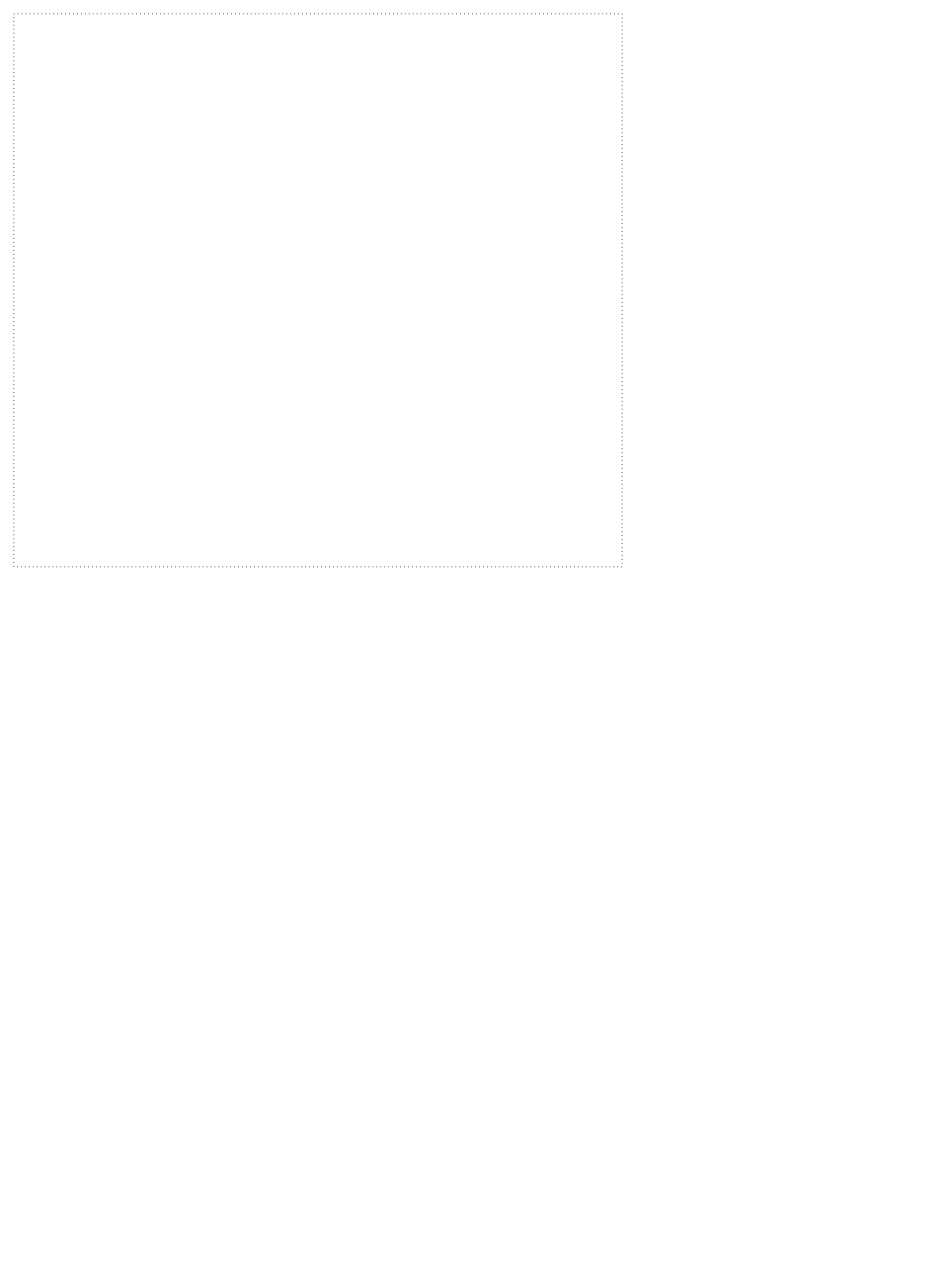
The draw.io diagram page "Detail" (4 of 7) of analyza.drawio in hroudaadam/Web-design-semestralni-projekt, before the edit. Source tidied: cells renumbered, new cells numbered last; positions are measured from the earlier drawing's top-left corner, leaving out a move shared by most shapes. Both pictures are drawn from the tidied source at 79%, with x=0, y=0 at pixel (13, 13).
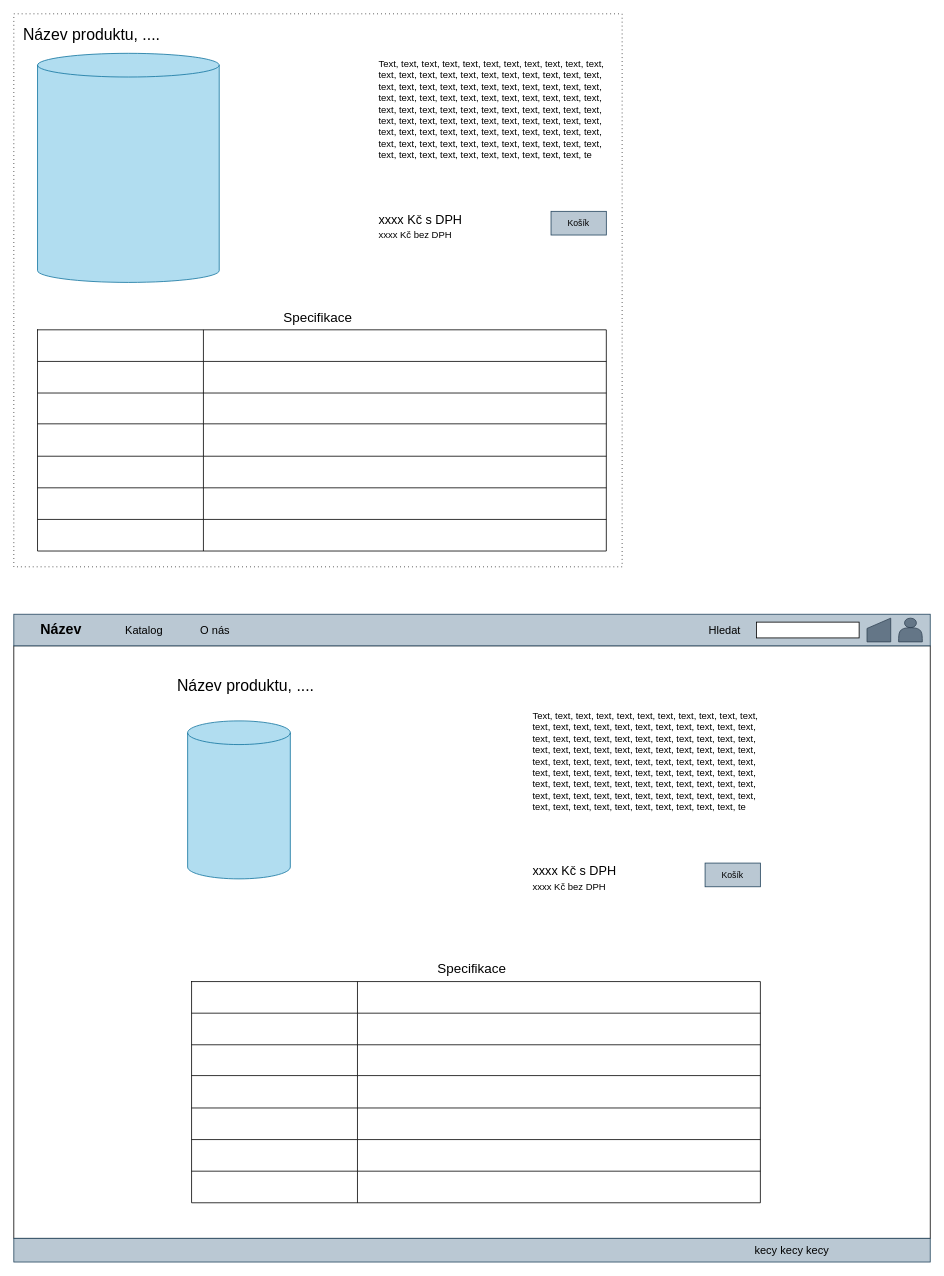
After the change.

Diff of the diagram source:
```diff
@@
+    <mxCell id="3" value="Název produktu, ...." style="text;html=1;strokeColor=none;fillColor=none;align=left;verticalAlign=middle;whiteSpace=wrap;rounded=0;fontSize=20;" parent="1" vertex="1">
+      <mxGeometry x="10" width="330" height="50" as="geometry" />
+    </mxCell>
+    <mxCell id="4" style="shape=cylinder3;whiteSpace=wrap;html=1;boundedLbl=1;backgroundOutline=1;size=15;strokeColor=#10739e;strokeWidth=1;fillColor=#b1ddf0;fontSize=12;align=center;" parent="1" vertex="1">
+      <mxGeometry x="30" y="50" width="230" height="290" as="geometry" />
+    </mxCell>
+    <mxCell id="5" value="Text, text, text, text, text, text, text, text, text, text, text, text, text, text, text, text, text, text, text, text, text, text, text, text, text, text, text, text, text, text, text, text, text, text, text, text, text, text, text, text, text, text, text, text, text, text, text, text, text, text, text, text, text, text, text, text, text, text, text, text, text, text, text, text, text, text, text, text, text, text, text, text, text, text, text, text, text, text, text, text, text, text, text, text, text, text, text, text, text, text, text, text, text, text, text, text, text, text, te" style="text;html=1;strokeColor=none;fillColor=none;align=left;verticalAlign=top;whiteSpace=wrap;rounded=0;fontSize=12;" parent="1" vertex="1">
+      <mxGeometry x="460" y="50" width="290" height="240" as="geometry" />
+    </mxCell>
+    <mxCell id="6" value="xxxx Kč s DPH" style="text;html=1;strokeColor=none;fillColor=none;align=left;verticalAlign=middle;whiteSpace=wrap;rounded=0;fontSize=16;" parent="1" vertex="1">
+      <mxGeometry x="460" y="250" width="140" height="20" as="geometry" />
+    </mxCell>
+    <mxCell id="7" value="xxxx Kč bez DPH" style="text;html=1;strokeColor=none;fillColor=none;align=left;verticalAlign=middle;whiteSpace=wrap;rounded=0;fontSize=12;" parent="1" vertex="1">
+      <mxGeometry x="460" y="270" width="140" height="20" as="geometry" />
+    </mxCell>
+    <mxCell id="8" value="Košík" style="rounded=0;whiteSpace=wrap;html=1;strokeColor=#23445d;strokeWidth=1;fillColor=#bac8d3;fontSize=11;align=center;" parent="1" vertex="1">
+      <mxGeometry x="680" y="250" width="70" height="30" as="geometry" />
+    </mxCell>
+    <mxCell id="9" value="Specifikace" style="text;html=1;strokeColor=none;fillColor=none;align=center;verticalAlign=middle;whiteSpace=wrap;rounded=0;fontSize=17;" parent="1" vertex="1">
+      <mxGeometry x="220" y="360" width="330" height="50" as="geometry" />
+    </mxCell>
+    <mxCell id="10" style="shape=table;html=1;whiteSpace=wrap;startSize=0;childLayout=tableLayout;strokeColor=#000000;strokeWidth=1;fillColor=none;gradientColor=none;fontSize=17;align=left;" parent="1" vertex="1">
+      <mxGeometry x="30" y="400" width="720" height="280" as="geometry" />
+    </mxCell>
+    <mxCell id="11" style="shape=partialRectangle;html=1;whiteSpace=wrap;fillColor=none;top=0;left=0;bottom=0;right=0;" parent="10" vertex="1">
+      <mxGeometry width="720" height="40" as="geometry" />
+    </mxCell>
+    <mxCell id="12" style="shape=partialRectangle;html=1;whiteSpace=wrap;fillColor=none;top=0;left=0;bottom=0;right=0;overflow=hidden;" parent="11" vertex="1">
+      <mxGeometry width="210" height="40" as="geometry" />
+    </mxCell>
+    <mxCell id="13" style="shape=partialRectangle;html=1;whiteSpace=wrap;fillColor=none;top=0;left=0;bottom=0;right=0;overflow=hidden;" parent="11" vertex="1">
+      <mxGeometry x="210" width="510" height="40" as="geometry" />
+    </mxCell>
+    <mxCell id="14" style="shape=partialRectangle;html=1;whiteSpace=wrap;fillColor=none;top=0;left=0;bottom=0;right=0;" parent="10" vertex="1">
+      <mxGeometry y="40" width="720" height="40" as="geometry" />
+    </mxCell>
+    <mxCell id="15" style="shape=partialRectangle;html=1;whiteSpace=wrap;fillColor=none;top=0;left=0;bottom=0;right=0;overflow=hidden;" parent="14" vertex="1">
+      <mxGeometry width="210" height="40" as="geometry" />
+    </mxCell>
+    <mxCell id="16" style="shape=partialRectangle;html=1;whiteSpace=wrap;fillColor=none;top=0;left=0;bottom=0;right=0;overflow=hidden;" parent="14" vertex="1">
+      <mxGeometry x="210" width="510" height="40" as="geometry" />
+    </mxCell>
+    <mxCell id="17" style="shape=partialRectangle;html=1;whiteSpace=wrap;fillColor=none;top=0;left=0;bottom=0;right=0;" parent="10" vertex="1">
+      <mxGeometry y="80" width="720" height="39" as="geometry" />
+    </mxCell>
+    <mxCell id="18" style="shape=partialRectangle;html=1;whiteSpace=wrap;fillColor=none;top=0;left=0;bottom=0;right=0;overflow=hidden;" parent="17" vertex="1">
+      <mxGeometry width="210" height="39" as="geometry" />
+    </mxCell>
+    <mxCell id="19" style="shape=partialRectangle;html=1;whiteSpace=wrap;fillColor=none;top=0;left=0;bottom=0;right=0;overflow=hidden;" parent="17" vertex="1">
+      <mxGeometry x="210" width="510" height="39" as="geometry" />
+    </mxCell>
+    <mxCell id="20" style="shape=partialRectangle;html=1;whiteSpace=wrap;fillColor=none;top=0;left=0;bottom=0;right=0;" parent="10" vertex="1">
+      <mxGeometry y="119" width="720" height="41" as="geometry" />
+    </mxCell>
+    <mxCell id="21" style="shape=partialRectangle;html=1;whiteSpace=wrap;fillColor=none;top=0;left=0;bottom=0;right=0;overflow=hidden;" parent="20" vertex="1">
+      <mxGeometry width="210" height="41" as="geometry" />
+    </mxCell>
+    <mxCell id="22" style="shape=partialRectangle;html=1;whiteSpace=wrap;fillColor=none;top=0;left=0;bottom=0;right=0;overflow=hidden;" parent="20" vertex="1">
+      <mxGeometry x="210" width="510" height="41" as="geometry" />
+    </mxCell>
+    <mxCell id="23" style="shape=partialRectangle;html=1;whiteSpace=wrap;fillColor=none;top=0;left=0;bottom=0;right=0;" parent="10" vertex="1">
+      <mxGeometry y="160" width="720" height="40" as="geometry" />
+    </mxCell>
+    <mxCell id="24" style="shape=partialRectangle;html=1;whiteSpace=wrap;fillColor=none;top=0;left=0;bottom=0;right=0;overflow=hidden;" parent="23" vertex="1">
+      <mxGeometry width="210" height="40" as="geometry" />
+    </mxCell>
+    <mxCell id="25" style="shape=partialRectangle;html=1;whiteSpace=wrap;fillColor=none;top=0;left=0;bottom=0;right=0;overflow=hidden;" parent="23" vertex="1">
+      <mxGeometry x="210" width="510" height="40" as="geometry" />
+    </mxCell>
+    <mxCell id="26" style="shape=partialRectangle;html=1;whiteSpace=wrap;fillColor=none;top=0;left=0;bottom=0;right=0;" parent="10" vertex="1">
+      <mxGeometry y="200" width="720" height="40" as="geometry" />
+    </mxCell>
+    <mxCell id="27" style="shape=partialRectangle;html=1;whiteSpace=wrap;fillColor=none;top=0;left=0;bottom=0;right=0;overflow=hidden;" parent="26" vertex="1">
+      <mxGeometry width="210" height="40" as="geometry" />
+    </mxCell>
+    <mxCell id="28" style="shape=partialRectangle;html=1;whiteSpace=wrap;fillColor=none;top=0;left=0;bottom=0;right=0;overflow=hidden;" parent="26" vertex="1">
+      <mxGeometry x="210" width="510" height="40" as="geometry" />
+    </mxCell>
+    <mxCell id="29" style="shape=partialRectangle;html=1;whiteSpace=wrap;fillColor=none;top=0;left=0;bottom=0;right=0;" parent="10" vertex="1">
+      <mxGeometry y="240" width="720" height="40" as="geometry" />
+    </mxCell>
+    <mxCell id="30" style="shape=partialRectangle;html=1;whiteSpace=wrap;fillColor=none;top=0;left=0;bottom=0;right=0;overflow=hidden;" parent="29" vertex="1">
+      <mxGeometry width="210" height="40" as="geometry" />
+    </mxCell>
+    <mxCell id="31" style="shape=partialRectangle;html=1;whiteSpace=wrap;fillColor=none;top=0;left=0;bottom=0;right=0;overflow=hidden;" parent="29" vertex="1">
+      <mxGeometry x="210" width="510" height="40" as="geometry" />
+    </mxCell>
+    <mxCell id="32" style="rounded=0;whiteSpace=wrap;html=1;" parent="1" vertex="1">
+      <mxGeometry y="800" width="1160" height="750" as="geometry" />
+    </mxCell>
+    <mxCell id="33" style="rounded=0;whiteSpace=wrap;html=1;fillColor=#bac8d3;strokeColor=#23445d;" parent="1" vertex="1">
+      <mxGeometry y="760" width="1160" height="40" as="geometry" />
+    </mxCell>
+    <mxCell id="34" value="Název" style="text;html=1;strokeColor=none;fillColor=none;align=center;verticalAlign=middle;whiteSpace=wrap;rounded=0;fontStyle=1;fontSize=18;" parent="1" vertex="1">
+      <mxGeometry x="20" y="770" width="80" height="20" as="geometry" />
+    </mxCell>
+    <mxCell id="35" value="Katalog" style="text;html=1;strokeColor=none;fillColor=none;align=center;verticalAlign=middle;whiteSpace=wrap;rounded=0;fontSize=14;" parent="1" vertex="1">
+      <mxGeometry x="110" y="770" width="110" height="20" as="geometry" />
+    </mxCell>
+    <mxCell id="36" style="shape=actor;whiteSpace=wrap;html=1;fontSize=14;fillColor=#647687;strokeColor=#314354;fontColor=#ffffff;" parent="1" vertex="1">
+      <mxGeometry x="1120" y="765" width="30" height="30" as="geometry" />
+    </mxCell>
+    <mxCell id="37" style="shape=manualInput;whiteSpace=wrap;html=1;fontSize=14;size=13;fillColor=#647687;strokeColor=#314354;fontColor=#ffffff;" parent="1" vertex="1">
+      <mxGeometry x="1080" y="765" width="30" height="30" as="geometry" />
+    </mxCell>
+    <mxCell id="38" style="rounded=0;whiteSpace=wrap;html=1;fontSize=14;" parent="1" vertex="1">
+      <mxGeometry x="940" y="770" width="130" height="20" as="geometry" />
+    </mxCell>
+    <mxCell id="39" value="Hledat" style="text;html=1;strokeColor=none;fillColor=none;align=center;verticalAlign=middle;whiteSpace=wrap;rounded=0;fontSize=14;" parent="1" vertex="1">
+      <mxGeometry x="870" y="770" width="60" height="20" as="geometry" />
+    </mxCell>
+    <mxCell id="40" value="O nás" style="text;html=1;strokeColor=none;fillColor=none;align=center;verticalAlign=middle;whiteSpace=wrap;rounded=0;fontSize=14;" parent="1" vertex="1">
+      <mxGeometry x="200" y="770" width="110" height="20" as="geometry" />
+    </mxCell>
+    <mxCell id="41" style="rounded=0;whiteSpace=wrap;html=1;fillColor=#bac8d3;strokeColor=#23445d;" parent="1" vertex="1">
+      <mxGeometry y="1550" width="1160" height="30" as="geometry" />
+    </mxCell>
+    <mxCell id="42" value="kecy kecy kecy" style="text;html=1;strokeColor=none;fillColor=none;align=center;verticalAlign=middle;whiteSpace=wrap;rounded=0;fontSize=14;" parent="1" vertex="1">
+      <mxGeometry x="820" y="1555" width="330" height="20" as="geometry" />
+    </mxCell>
+    <mxCell id="43" style="rounded=0;whiteSpace=wrap;html=1;dashed=1;dashPattern=1 4;strokeColor=none;" parent="1" vertex="1">
+      <mxGeometry x="195" y="825" width="770" height="700" as="geometry" />
+    </mxCell>
+    <mxCell id="44" value="Název produktu, ...." style="text;html=1;strokeColor=none;fillColor=none;align=left;verticalAlign=middle;whiteSpace=wrap;rounded=0;fontSize=20;" parent="1" vertex="1">
+      <mxGeometry x="205" y="825" width="330" height="50" as="geometry" />
+    </mxCell>
+    <mxCell id="45" style="shape=cylinder3;whiteSpace=wrap;html=1;boundedLbl=1;backgroundOutline=1;size=15;strokeColor=#10739e;strokeWidth=1;fillColor=#b1ddf0;fontSize=12;align=center;" parent="1" vertex="1">
+      <mxGeometry x="220" y="895" width="130" height="200" as="geometry" />
+    </mxCell>
+    <mxCell id="46" value="Text, text, text, text, text, text, text, text, text, text, text, text, text, text, text, text, text, text, text, text, text, text, text, text, text, text, text, text, text, text, text, text, text, text, text, text, text, text, text, text, text, text, text, text, text, text, text, text, text, text, text, text, text, text, text, text, text, text, text, text, text, text, text, text, text, text, text, text, text, text, text, text, text, text, text, text, text, text, text, text, text, text, text, text, text, text, text, text, text, text, text, text, text, text, text, text, text, text, te" style="text;html=1;strokeColor=none;fillColor=none;align=left;verticalAlign=top;whiteSpace=wrap;rounded=0;fontSize=12;" parent="1" vertex="1">
+      <mxGeometry x="655" y="875" width="290" height="240" as="geometry" />
+    </mxCell>
+    <mxCell id="47" value="xxxx Kč s DPH" style="text;html=1;strokeColor=none;fillColor=none;align=left;verticalAlign=middle;whiteSpace=wrap;rounded=0;fontSize=16;" parent="1" vertex="1">
+      <mxGeometry x="655" y="1075" width="140" height="20" as="geometry" />
+    </mxCell>
+    <mxCell id="48" value="xxxx Kč bez DPH" style="text;html=1;strokeColor=none;fillColor=none;align=left;verticalAlign=middle;whiteSpace=wrap;rounded=0;fontSize=12;" parent="1" vertex="1">
+      <mxGeometry x="655" y="1095" width="140" height="20" as="geometry" />
+    </mxCell>
+    <mxCell id="49" value="Košík" style="rounded=0;whiteSpace=wrap;html=1;strokeColor=#23445d;strokeWidth=1;fillColor=#bac8d3;fontSize=11;align=center;" parent="1" vertex="1">
+      <mxGeometry x="875" y="1075" width="70" height="30" as="geometry" />
+    </mxCell>
+    <mxCell id="50" value="Specifikace" style="text;html=1;strokeColor=none;fillColor=none;align=center;verticalAlign=middle;whiteSpace=wrap;rounded=0;fontSize=17;" parent="1" vertex="1">
+      <mxGeometry x="415" y="1185" width="330" height="50" as="geometry" />
+    </mxCell>
+    <mxCell id="51" style="shape=table;html=1;whiteSpace=wrap;startSize=0;childLayout=tableLayout;strokeColor=#000000;strokeWidth=1;fillColor=none;gradientColor=none;fontSize=17;align=left;" parent="1" vertex="1">
+      <mxGeometry x="225" y="1225" width="720" height="280" as="geometry" />
+    </mxCell>
+    <mxCell id="52" style="shape=partialRectangle;html=1;whiteSpace=wrap;fillColor=none;top=0;left=0;bottom=0;right=0;" parent="51" vertex="1">
+      <mxGeometry width="720" height="40" as="geometry" />
+    </mxCell>
+    <mxCell id="53" style="shape=partialRectangle;html=1;whiteSpace=wrap;fillColor=none;top=0;left=0;bottom=0;right=0;overflow=hidden;" parent="52" vertex="1">
+      <mxGeometry width="210" height="40" as="geometry" />
+    </mxCell>
+    <mxCell id="54" style="shape=partialRectangle;html=1;whiteSpace=wrap;fillColor=none;top=0;left=0;bottom=0;right=0;overflow=hidden;" parent="52" vertex="1">
+      <mxGeometry x="210" width="510" height="40" as="geometry" />
+    </mxCell>
+    <mxCell id="55" style="shape=partialRectangle;html=1;whiteSpace=wrap;fillColor=none;top=0;left=0;bottom=0;right=0;" parent="51" vertex="1">
+      <mxGeometry y="40" width="720" height="40" as="geometry" />
+    </mxCell>
+    <mxCell id="56" style="shape=partialRectangle;html=1;whiteSpace=wrap;fillColor=none;top=0;left=0;bottom=0;right=0;overflow=hidden;" parent="55" vertex="1">
+      <mxGeometry width="210" height="40" as="geometry" />
+    </mxCell>
+    <mxCell id="57" style="shape=partialRectangle;html=1;whiteSpace=wrap;fillColor=none;top=0;left=0;bottom=0;right=0;overflow=hidden;" parent="55" vertex="1">
+      <mxGeometry x="210" width="510" height="40" as="geometry" />
+    </mxCell>
+    <mxCell id="58" style="shape=partialRectangle;html=1;whiteSpace=wrap;fillColor=none;top=0;left=0;bottom=0;right=0;" parent="51" vertex="1">
+      <mxGeometry y="80" width="720" height="39" as="geometry" />
+    </mxCell>
+    <mxCell id="59" style="shape=partialRectangle;html=1;whiteSpace=wrap;fillColor=none;top=0;left=0;bottom=0;right=0;overflow=hidden;" parent="58" vertex="1">
+      <mxGeometry width="210" height="39" as="geometry" />
+    </mxCell>
+    <mxCell id="60" style="shape=partialRectangle;html=1;whiteSpace=wrap;fillColor=none;top=0;left=0;bottom=0;right=0;overflow=hidden;" parent="58" vertex="1">
+      <mxGeometry x="210" width="510" height="39" as="geometry" />
+    </mxCell>
+    <mxCell id="61" style="shape=partialRectangle;html=1;whiteSpace=wrap;fillColor=none;top=0;left=0;bottom=0;right=0;" parent="51" vertex="1">
+      <mxGeometry y="119" width="720" height="41" as="geometry" />
+    </mxCell>
+    <mxCell id="62" style="shape=partialRectangle;html=1;whiteSpace=wrap;fillColor=none;top=0;left=0;bottom=0;right=0;overflow=hidden;" parent="61" vertex="1">
+      <mxGeometry width="210" height="41" as="geometry" />
+    </mxCell>
+    <mxCell id="63" style="shape=partialRectangle;html=1;whiteSpace=wrap;fillColor=none;top=0;left=0;bottom=0;right=0;overflow=hidden;" parent="61" vertex="1">
+      <mxGeometry x="210" width="510" height="41" as="geometry" />
+    </mxCell>
+    <mxCell id="64" style="shape=partialRectangle;html=1;whiteSpace=wrap;fillColor=none;top=0;left=0;bottom=0;right=0;" parent="51" vertex="1">
+      <mxGeometry y="160" width="720" height="40" as="geometry" />
+    </mxCell>
+    <mxCell id="65" style="shape=partialRectangle;html=1;whiteSpace=wrap;fillColor=none;top=0;left=0;bottom=0;right=0;overflow=hidden;" parent="64" vertex="1">
+      <mxGeometry width="210" height="40" as="geometry" />
+    </mxCell>
+    <mxCell id="66" style="shape=partialRectangle;html=1;whiteSpace=wrap;fillColor=none;top=0;left=0;bottom=0;right=0;overflow=hidden;" parent="64" vertex="1">
+      <mxGeometry x="210" width="510" height="40" as="geometry" />
+    </mxCell>
+    <mxCell id="67" style="shape=partialRectangle;html=1;whiteSpace=wrap;fillColor=none;top=0;left=0;bottom=0;right=0;" parent="51" vertex="1">
+      <mxGeometry y="200" width="720" height="40" as="geometry" />
+    </mxCell>
+    <mxCell id="68" style="shape=partialRectangle;html=1;whiteSpace=wrap;fillColor=none;top=0;left=0;bottom=0;right=0;overflow=hidden;" parent="67" vertex="1">
+      <mxGeometry width="210" height="40" as="geometry" />
+    </mxCell>
+    <mxCell id="69" style="shape=partialRectangle;html=1;whiteSpace=wrap;fillColor=none;top=0;left=0;bottom=0;right=0;overflow=hidden;" parent="67" vertex="1">
+      <mxGeometry x="210" width="510" height="40" as="geometry" />
+    </mxCell>
+    <mxCell id="70" style="shape=partialRectangle;html=1;whiteSpace=wrap;fillColor=none;top=0;left=0;bottom=0;right=0;" parent="51" vertex="1">
+      <mxGeometry y="240" width="720" height="40" as="geometry" />
+    </mxCell>
+    <mxCell id="71" style="shape=partialRectangle;html=1;whiteSpace=wrap;fillColor=none;top=0;left=0;bottom=0;right=0;overflow=hidden;" parent="70" vertex="1">
+      <mxGeometry width="210" height="40" as="geometry" />
+    </mxCell>
+    <mxCell id="72" style="shape=partialRectangle;html=1;whiteSpace=wrap;fillColor=none;top=0;left=0;bottom=0;right=0;overflow=hidden;" parent="70" vertex="1">
+      <mxGeometry x="210" width="510" height="40" as="geometry" />
+    </mxCell>
```
